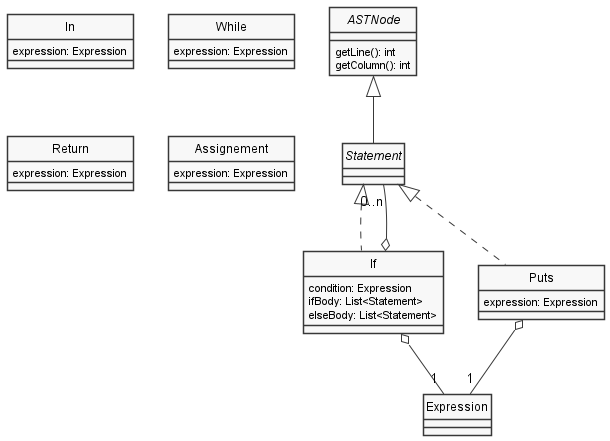
The PlantUML diagram docs/diagrams/Statements.png in uo271288/dlp-compiler, before a commit.
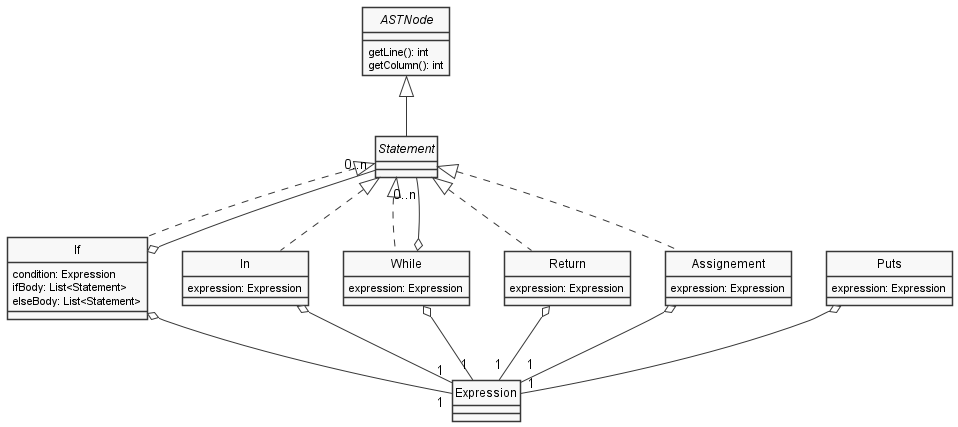
Later version of the same file.

What changed in the source:
```diff
@@ -38,11 +38,19 @@
 
 ASTNode <|-- Statement
 Statement <|.. If
-Statement <|.. Puts
+Statement <|.. In
+Statement <|.. While
+Statement <|.. Return
+Statement <|.. Assignement
 
 If o-- "1" Expression
 Puts o-- "1" Expression
+While o-- "1" Expression
+In o-- "1" Expression
+Return o-- "1" Expression
+Assignement o-- "1" Expression
 If o-- "0..n" Statement
+While o-- "0..n" Statement
 
 
 @enduml
```
